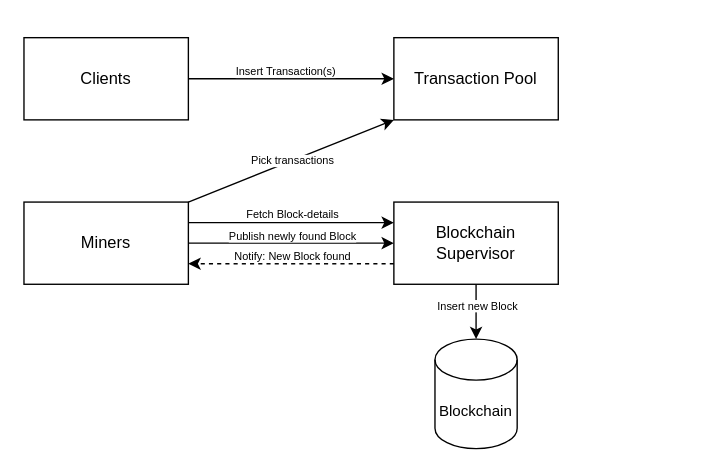
This is page "Building Block View" (1 of 3) of dummy-blockchain-arc.drawio from philohsophy/blockchain-demo, a draw.io file, before an edit. Source tidied: cells renumbered, new cells numbered last; positions are measured from the earlier drawing's top-left corner, leaving out a move shared by most shapes. Both pictures are drawn from the tidied source at 137%, with x=0, y=0 at pixel (23, 37).
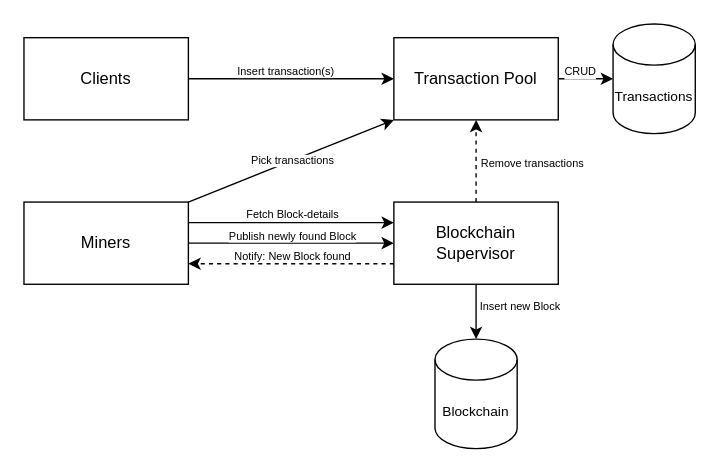
The same diagram, later.

Unchanged cells that the change refers to:
```xml
<mxCell id="2" value="Transaction Pool" style="whiteSpace=wrap;html=1;" parent="1" vertex="1">
  <mxGeometry x="270" width="120" height="60" as="geometry" />
</mxCell>
<mxCell id="3" style="edgeStyle=orthogonalEdgeStyle;jettySize=auto;html=1;" parent="1" edge="1" source="5" target="2">
  <mxGeometry relative="1" as="geometry" />
</mxCell>
<mxCell id="7" style="edgeStyle=orthogonalEdgeStyle;jettySize=auto;html=1;entryX=0.5;entryY=0;entryDx=0;entryDy=0;entryPerimeter=0;fontSize=8;" parent="1" edge="1" source="9" target="18">
  <mxGeometry relative="1" as="geometry" />
</mxCell>
<mxCell id="9" value="Blockchain Supervisor" style="whiteSpace=wrap;html=1;" parent="1" vertex="1">
  <mxGeometry x="270" y="120" width="120" height="60" as="geometry" />
</mxCell>
```

Change to the diagram source:
```diff
@@
-    <mxCell id="4" value="Insert Transaction(s)" style="edgeLabel;html=1;align=center;verticalAlign=middle;fontSize=8;" parent="3" vertex="1">
+    <mxCell id="4" value="Insert transaction(s)" style="edgeLabel;html=1;align=center;verticalAlign=middle;fontSize=8;" parent="3" vertex="1">
       <mxGeometry x="-0.27" y="-1" relative="1" as="geometry">
         <mxPoint x="15" y="-7" as="offset" />
       </mxGeometry>
     </mxCell>
@@
     <mxCell id="8" value="Insert new Block" style="edgeLabel;html=1;align=center;verticalAlign=middle;fontSize=8;" parent="7" vertex="1">
-      <mxGeometry x="-0.23" relative="1" as="geometry" />
+      <mxGeometry x="-0.23" relative="1" as="geometry">
+        <mxPoint x="31" as="offset" />
+      </mxGeometry>
     </mxCell>
@@
-    <mxCell id="18" value="&lt;font style=&quot;font-size: 11px&quot;&gt;Blockchain&lt;/font&gt;" style="shape=cylinder3;whiteSpace=wrap;html=1;boundedLbl=1;backgroundOutline=1;size=15;fontSize=8;" parent="1" vertex="1">
+    <mxCell id="18" value="&lt;font style=&quot;font-size: 10px&quot;&gt;Blockchain&lt;/font&gt;" style="shape=cylinder3;whiteSpace=wrap;html=1;boundedLbl=1;backgroundOutline=1;size=15;fontSize=8;" parent="1" vertex="1">
       <mxGeometry x="300" y="220" width="60" height="80" as="geometry" />
     </mxCell>
+    <mxCell id="19" style="endArrow=classic;html=1;entryX=0.5;entryY=1;entryDx=0;entryDy=0;exitX=0.5;exitY=0;exitDx=0;exitDy=0;dashed=1;" parent="1" edge="1" source="9" target="2">
+      <mxGeometry relative="1" as="geometry" />
+    </mxCell>
+    <mxCell id="20" value="&lt;font style=&quot;font-size: 8px&quot;&gt;Remove transactions&lt;/font&gt;" style="edgeLabel;html=1;align=center;verticalAlign=middle;" parent="19" vertex="1">
+      <mxGeometry x="0.33" relative="1" as="geometry">
+        <mxPoint x="40" y="10" as="offset" />
+      </mxGeometry>
+    </mxCell>
+    <mxCell id="21" value="&lt;font style=&quot;font-size: 10px&quot;&gt;Transactions&lt;/font&gt;" style="shape=cylinder3;whiteSpace=wrap;html=1;boundedLbl=1;backgroundOutline=1;size=15;fontSize=8;" parent="1" vertex="1">
+      <mxGeometry x="430" y="-10" width="60" height="80" as="geometry" />
+    </mxCell>
+    <mxCell id="22" style="endArrow=classic;html=1;exitX=1;exitY=0.5;exitDx=0;exitDy=0;entryX=0;entryY=0.5;entryDx=0;entryDy=0;entryPerimeter=0;" parent="1" edge="1" source="2" target="21">
+      <mxGeometry relative="1" as="geometry" />
+    </mxCell>
+    <mxCell id="23" value="&lt;font style=&quot;font-size: 8px&quot;&gt;CRUD&lt;/font&gt;" style="edgeLabel;html=1;align=center;verticalAlign=middle;" parent="22" vertex="1">
+      <mxGeometry x="-0.39" y="1" relative="1" as="geometry">
+        <mxPoint x="3" y="-6" as="offset" />
+      </mxGeometry>
+    </mxCell>
```
